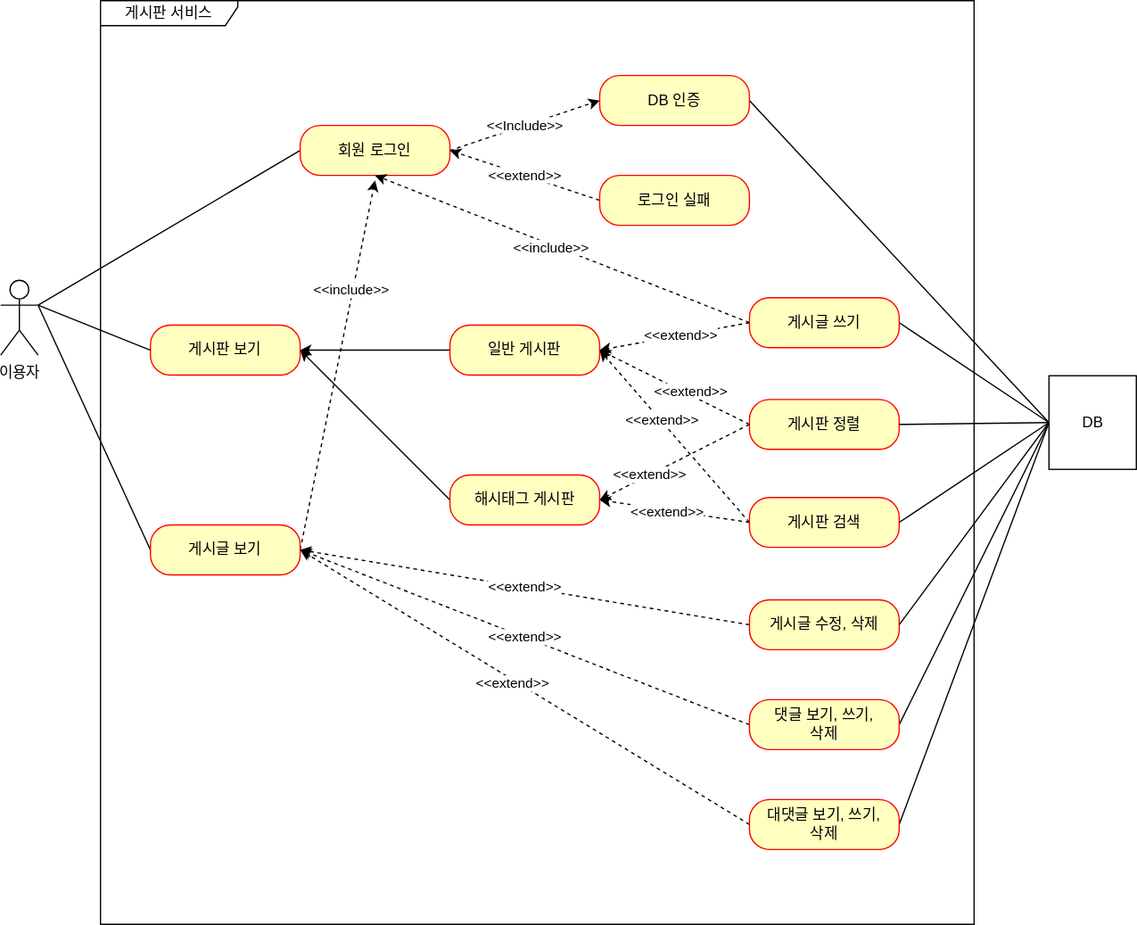
Before: document/use-case.svg, a diagram exported from draw.io (ekek3002/fastcampus-project-board). Source tidied: cells renumbered, new cells last; positions are measured from the earlier drawing's top-left corner, leaving out a move shared by most shapes.
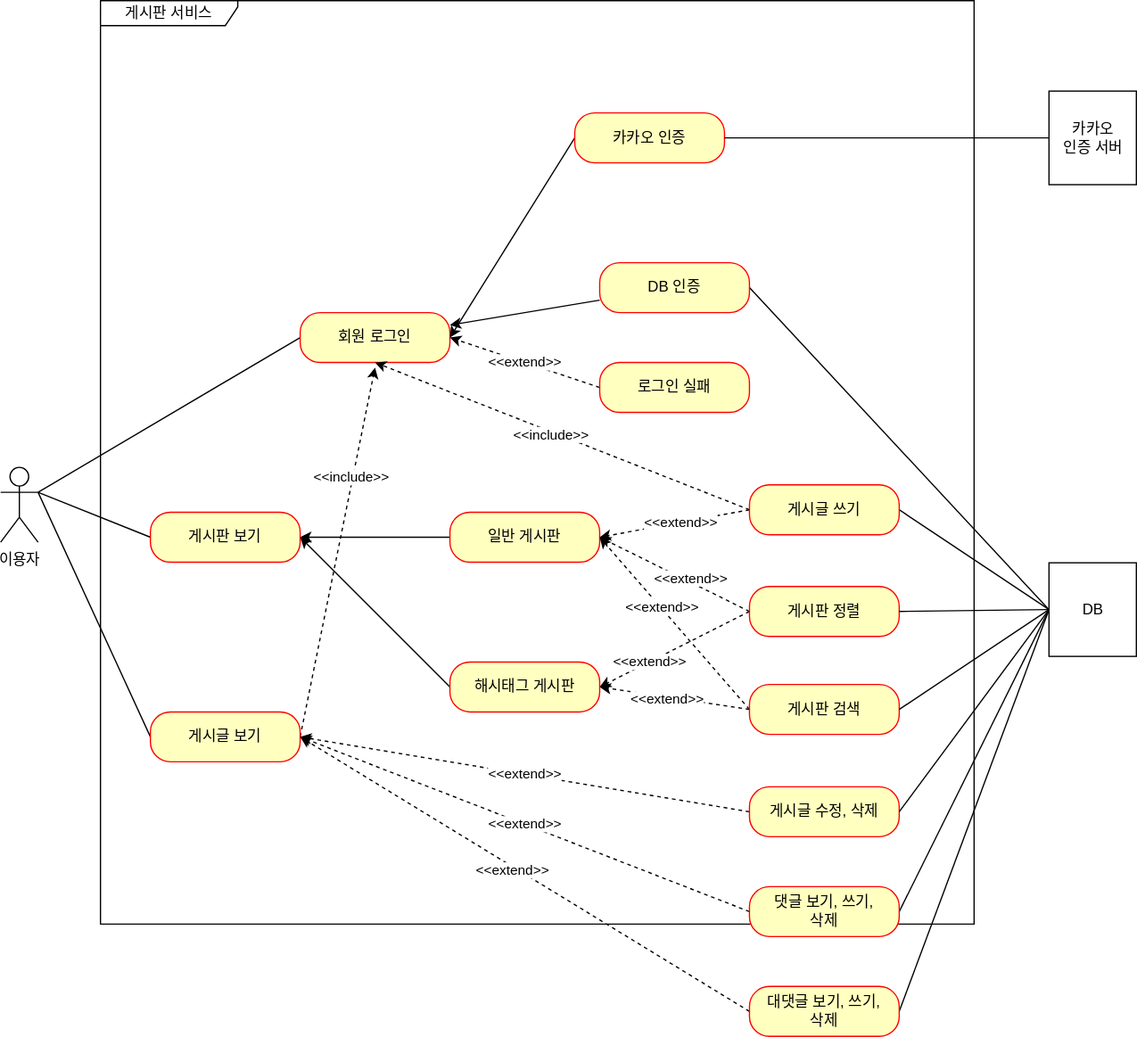
After the commit.

Commit message:
#67 - use-case.svg: 카카오 인증 유즈 케이스 추가(대댓글은 미리 표현하였음)

What changed in the source:
```diff
@@ -6,7 +6,7 @@
       <mxGeometry y="224" width="30" height="60" as="geometry" />
     </mxCell>
     <mxCell id="3" value="게시판 서비스" style="shape=umlFrame;whiteSpace=wrap;html=1;width=110;height=20;" parent="1" vertex="1">
-      <mxGeometry x="80" width="700" height="740" as="geometry" />
+      <mxGeometry x="80" y="-150" width="700" height="740" as="geometry" />
     </mxCell>
     <mxCell id="4" style="rounded=0;jettySize=auto;html=1;exitX=0;exitY=0.5;exitDx=0;exitDy=0;entryX=1;entryY=0.5;entryDx=0;entryDy=0;" parent="1" edge="1" source="5" target="7">
       <mxGeometry relative="1" as="geometry" />
@@ -41,15 +41,17 @@
         <mxPoint x="30" y="244" as="targetPoint" />
       </mxGeometry>
     </mxCell>
-    <mxCell id="13" value="&amp;lt;&amp;lt;Include&amp;gt;&amp;gt;" style="rounded=0;jettySize=auto;html=1;exitX=1;exitY=0.5;exitDx=0;exitDy=0;entryX=0;entryY=0.5;entryDx=0;entryDy=0;dashed=1;" parent="1" edge="1" source="14" target="16">
-      <mxGeometry relative="1" as="geometry" />
-    </mxCell>
     <mxCell id="14" value="회원 로그인" style="rounded=1;whiteSpace=wrap;html=1;arcSize=40;fontColor=#000000;fillColor=#ffffc0;strokeColor=#ff0000;" parent="1" vertex="1">
       <mxGeometry x="240" y="100" width="120" height="40" as="geometry" />
     </mxCell>
     <mxCell id="15" style="edgeStyle=none;rounded=0;jettySize=auto;html=1;exitX=1;exitY=0.5;exitDx=0;exitDy=0;entryX=0;entryY=0.5;entryDx=0;entryDy=0;endArrow=none;endFill=0;" parent="1" edge="1" source="16" target="39">
       <mxGeometry relative="1" as="geometry" />
     </mxCell>
+    <mxCell id="52" style="rounded=0;jettySize=auto;html=1;" parent="1" edge="1" source="16">
+      <mxGeometry relative="1" as="geometry">
+        <mxPoint x="360" y="110" as="targetPoint" />
+      </mxGeometry>
+    </mxCell>
     <mxCell id="16" value="DB 인증" style="rounded=1;whiteSpace=wrap;html=1;arcSize=40;fontColor=#000000;fillColor=#ffffc0;strokeColor=#ff0000;" parent="1" vertex="1">
       <mxGeometry x="480" y="60" width="120" height="40" as="geometry" />
     </mxCell>
@@ -162,5 +164,17 @@
     <mxCell id="51" value="대댓글 보기, 쓰기,&lt;br&gt;삭제" style="rounded=1;whiteSpace=wrap;html=1;arcSize=40;fontColor=#000000;fillColor=#ffffc0;strokeColor=#ff0000;" parent="1" vertex="1">
       <mxGeometry x="600" y="640" width="120" height="40" as="geometry" />
     </mxCell>
+    <mxCell id="53" style="rounded=0;jettySize=auto;html=1;entryX=1;entryY=0.5;entryDx=0;entryDy=0;exitX=0;exitY=0.5;exitDx=0;exitDy=0;endArrow=classic;endFill=1;" parent="1" edge="1" source="54" target="14">
+      <mxGeometry relative="1" as="geometry" />
+    </mxCell>
+    <mxCell id="54" value="카카오 인증" style="rounded=1;whiteSpace=wrap;html=1;arcSize=40;fontColor=#000000;fillColor=#ffffc0;strokeColor=#ff0000;" parent="1" vertex="1">
+      <mxGeometry x="460" y="-60" width="120" height="40" as="geometry" />
+    </mxCell>
+    <mxCell id="55" style="rounded=0;jettySize=auto;html=1;endArrow=none;endFill=0;" parent="1" edge="1" source="56" target="54">
+      <mxGeometry relative="1" as="geometry" />
+    </mxCell>
+    <mxCell id="56" value="카카오&lt;br&gt;인증 서버" style="html=1;" parent="1" vertex="1">
+      <mxGeometry x="840" y="-77.5" width="70" height="75" as="geometry" />
+    </mxCell>
   </root>
 </mxGraphModel>
```
